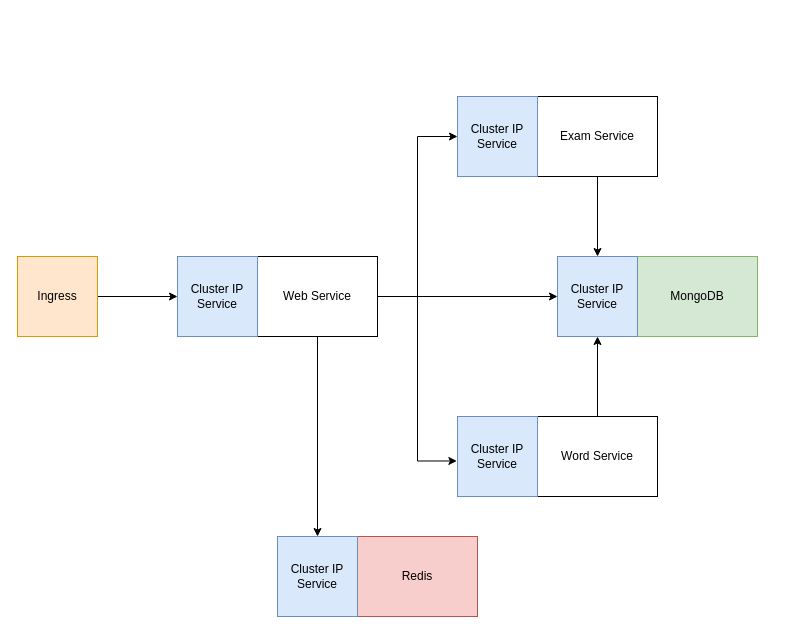
This is image/網站服務架構_FLY.drawio from kakurineuin/learn-english-microservices, a draw.io file, before an edit. Source tidied: cells renumbered, new cells numbered last; positions are measured from the earlier drawing's top-left corner, leaving out a move shared by most shapes. Both pictures are drawn from the tidied source at 100%, with x=0, y=0 at pixel (17, 96).
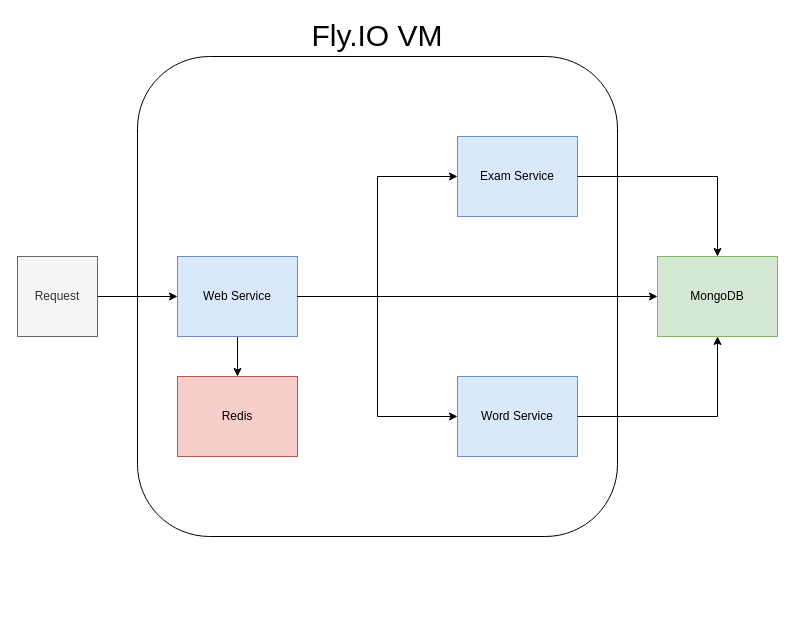
The same diagram, later.

Commit message:
更新網站服務架構_FLY.drawio

Change to the diagram source:
```diff
@@
-    <mxCell id="2" style="edgeStyle=orthogonalEdgeStyle;rounded=0;jettySize=auto;html=1;exitX=1;exitY=0.5;exitDx=0;exitDy=0;entryX=0;entryY=0.5;entryDx=0;entryDy=0;" parent="1" edge="1" source="22" target="14">
-      <mxGeometry relative="1" as="geometry" />
-    </mxCell>
-    <mxCell id="3" style="edgeStyle=orthogonalEdgeStyle;rounded=0;jettySize=auto;html=1;exitX=1;exitY=0.5;exitDx=0;exitDy=0;entryX=-0.008;entryY=0.556;entryDx=0;entryDy=0;entryPerimeter=0;" parent="1" edge="1" source="22" target="20">
-      <mxGeometry relative="1" as="geometry" />
-    </mxCell>
-    <mxCell id="4" style="group;fillColor=#dae8fc;strokeColor=#6c8ebf;" parent="1" vertex="1">
-      <mxGeometry x="440" width="200" height="80" as="geometry" />
-    </mxCell>
-    <mxCell id="5" style="edgeStyle=orthogonalEdgeStyle;rounded=0;jettySize=auto;html=1;exitX=1;exitY=0.5;exitDx=0;exitDy=0;entryX=0;entryY=0.5;entryDx=0;entryDy=0;" parent="1" edge="1" source="22" target="17">
-      <mxGeometry relative="1" as="geometry" />
-    </mxCell>
-    <mxCell id="6" style="edgeStyle=orthogonalEdgeStyle;rounded=0;jettySize=auto;html=1;exitX=0.5;exitY=1;exitDx=0;exitDy=0;" parent="1" edge="1" source="13" target="17">
-      <mxGeometry relative="1" as="geometry" />
-    </mxCell>
-    <mxCell id="7" style="edgeStyle=orthogonalEdgeStyle;rounded=0;jettySize=auto;html=1;exitX=0.5;exitY=0;exitDx=0;exitDy=0;entryX=0.5;entryY=1;entryDx=0;entryDy=0;" parent="1" edge="1" source="19" target="17">
-      <mxGeometry relative="1" as="geometry" />
-    </mxCell>
-    <mxCell id="8" style="edgeStyle=orthogonalEdgeStyle;rounded=0;jettySize=auto;html=1;exitX=0.5;exitY=1;exitDx=0;exitDy=0;entryX=0.5;entryY=0;entryDx=0;entryDy=0;" parent="1" edge="1" source="22" target="26">
-      <mxGeometry relative="1" as="geometry" />
-    </mxCell>
-    <mxCell id="9" style="group;fillColor=#dae8fc;strokeColor=#6c8ebf;" parent="1" vertex="1">
-      <mxGeometry x="540" y="160" width="200" height="80" as="geometry" />
-    </mxCell>
-    <mxCell id="10" style="edgeStyle=orthogonalEdgeStyle;rounded=0;jettySize=auto;html=1;exitX=1;exitY=0.5;exitDx=0;exitDy=0;entryX=0;entryY=0.5;entryDx=0;entryDy=0;" parent="1" edge="1" source="11" target="23">
-      <mxGeometry relative="1" as="geometry" />
-    </mxCell>
-    <mxCell id="11" value="Ingress" style="rounded=0;whiteSpace=wrap;html=1;fillColor=#ffe6cc;strokeColor=#d79b00;" parent="1" vertex="1">
-      <mxGeometry y="160" width="80" height="80" as="geometry" />
-    </mxCell>
-    <mxCell id="12" style="group;" parent="1" vertex="1">
-      <mxGeometry x="440" width="200" height="80" as="geometry" />
-    </mxCell>
+    <mxCell id="16" value="MongoDB" style="rounded=0;whiteSpace=wrap;html=1;fillColor=#d5e8d4;strokeColor=#82b366;" parent="1" vertex="1">
+      <mxGeometry x="640" y="160" width="120" height="80" as="geometry" />
+    </mxCell>
+    <mxCell id="27" style="group;" parent="1" vertex="1">
+      <mxGeometry x="120" y="-40" width="480" height="480" as="geometry" />
+    </mxCell>
+    <mxCell id="28" value="Fly.IO VM" style="rounded=1;whiteSpace=wrap;html=1;labelPosition=center;verticalLabelPosition=top;align=center;verticalAlign=bottom;fontSize=30;" parent="27" vertex="1">
+      <mxGeometry width="480" height="480" as="geometry" />
+    </mxCell>
+    <mxCell id="29" style="edgeStyle=orthogonalEdgeStyle;rounded=0;jettySize=auto;html=1;exitX=0.5;exitY=1;exitDx=0;exitDy=0;entryX=0.5;entryY=0;entryDx=0;entryDy=0;" parent="27" edge="1" source="22" target="25">
+      <mxGeometry relative="1" as="geometry" />
+    </mxCell>
+    <mxCell id="22" value="Web Service" style="rounded=0;whiteSpace=wrap;html=1;fillColor=#dae8fc;strokeColor=#6c8ebf;" parent="27" vertex="1">
+      <mxGeometry x="40" y="200" width="120" height="80" as="geometry" />
+    </mxCell>
-    <mxCell id="13" value="Exam Service" style="rounded=0;whiteSpace=wrap;html=1;" parent="12" vertex="1">
-      <mxGeometry x="80" width="120" height="80" as="geometry" />
+    <mxCell id="13" value="Exam Service" style="rounded=0;whiteSpace=wrap;html=1;fillColor=#dae8fc;strokeColor=#6c8ebf;" parent="27" vertex="1">
+      <mxGeometry x="320" y="80" width="120" height="80" as="geometry" />
     </mxCell>
-    <mxCell id="14" value="Cluster IP Service" style="rounded=0;whiteSpace=wrap;html=1;fillColor=#dae8fc;strokeColor=#6c8ebf;" parent="12" vertex="1">
-      <mxGeometry width="80" height="80" as="geometry" />
-    </mxCell>
-    <mxCell id="15" style="group;" parent="1" vertex="1">
-      <mxGeometry x="540" y="160" width="200" height="80" as="geometry" />
-    </mxCell>
-    <mxCell id="16" value="MongoDB" style="rounded=0;whiteSpace=wrap;html=1;fillColor=#d5e8d4;strokeColor=#82b366;" parent="15" vertex="1">
-      <mxGeometry x="80" width="120" height="80" as="geometry" />
-    </mxCell>
-    <mxCell id="17" value="Cluster IP Service" style="rounded=0;whiteSpace=wrap;html=1;fillColor=#dae8fc;strokeColor=#6c8ebf;" parent="15" vertex="1">
-      <mxGeometry width="80" height="80" as="geometry" />
-    </mxCell>
-    <mxCell id="18" style="group;" parent="1" vertex="1">
-      <mxGeometry x="440" y="320" width="200" height="80" as="geometry" />
-    </mxCell>
+    <mxCell id="30" style="edgeStyle=orthogonalEdgeStyle;rounded=0;jettySize=auto;html=1;exitX=1;exitY=0.5;exitDx=0;exitDy=0;entryX=0;entryY=0.5;entryDx=0;entryDy=0;" parent="27" edge="1" source="22" target="13">
+      <mxGeometry relative="1" as="geometry" />
+    </mxCell>
-    <mxCell id="19" value="Word Service" style="rounded=0;whiteSpace=wrap;html=1;" parent="18" vertex="1">
-      <mxGeometry x="80" width="120" height="80" as="geometry" />
+    <mxCell id="19" value="Word Service" style="rounded=0;whiteSpace=wrap;html=1;fillColor=#dae8fc;strokeColor=#6c8ebf;" parent="27" vertex="1">
+      <mxGeometry x="320" y="320" width="120" height="80" as="geometry" />
     </mxCell>
-    <mxCell id="20" value="Cluster IP Service" style="rounded=0;whiteSpace=wrap;html=1;fillColor=#dae8fc;strokeColor=#6c8ebf;" parent="18" vertex="1">
-      <mxGeometry width="80" height="80" as="geometry" />
-    </mxCell>
-    <mxCell id="21" style="group;" parent="1" vertex="1">
-      <mxGeometry x="160" y="160" width="200" height="80" as="geometry" />
-    </mxCell>
-    <mxCell id="22" value="Web Service" style="rounded=0;whiteSpace=wrap;html=1;" parent="21" vertex="1">
-      <mxGeometry x="80" width="120" height="80" as="geometry" />
-    </mxCell>
-    <mxCell id="23" value="Cluster IP Service" style="rounded=0;whiteSpace=wrap;html=1;fillColor=#dae8fc;strokeColor=#6c8ebf;" parent="21" vertex="1">
-      <mxGeometry width="80" height="80" as="geometry" />
-    </mxCell>
-    <mxCell id="24" style="group;" parent="1" vertex="1">
-      <mxGeometry x="260" y="440" width="200" height="80" as="geometry" />
-    </mxCell>
+    <mxCell id="31" style="edgeStyle=orthogonalEdgeStyle;rounded=0;jettySize=auto;html=1;exitX=1;exitY=0.5;exitDx=0;exitDy=0;entryX=0;entryY=0.5;entryDx=0;entryDy=0;" parent="27" edge="1" source="22" target="19">
+      <mxGeometry relative="1" as="geometry" />
+    </mxCell>
-    <mxCell id="25" value="Redis" style="rounded=0;whiteSpace=wrap;html=1;fillColor=#f8cecc;strokeColor=#b85450;" parent="24" vertex="1">
-      <mxGeometry x="80" width="120" height="80" as="geometry" />
+    <mxCell id="25" value="Redis" style="rounded=0;whiteSpace=wrap;html=1;fillColor=#f8cecc;strokeColor=#b85450;" parent="27" vertex="1">
+      <mxGeometry x="40" y="320" width="120" height="80" as="geometry" />
     </mxCell>
-    <mxCell id="26" value="Cluster IP Service" style="rounded=0;whiteSpace=wrap;html=1;fillColor=#dae8fc;strokeColor=#6c8ebf;" parent="24" vertex="1">
-      <mxGeometry width="80" height="80" as="geometry" />
-    </mxCell>
+    <mxCell id="32" style="edgeStyle=orthogonalEdgeStyle;rounded=0;jettySize=auto;html=1;exitX=1;exitY=0.5;exitDx=0;exitDy=0;entryX=0;entryY=0.5;entryDx=0;entryDy=0;" parent="1" edge="1" source="22" target="16">
+      <mxGeometry relative="1" as="geometry" />
+    </mxCell>
+    <mxCell id="33" style="edgeStyle=orthogonalEdgeStyle;rounded=0;jettySize=auto;html=1;exitX=1;exitY=0.5;exitDx=0;exitDy=0;entryX=0.5;entryY=0;entryDx=0;entryDy=0;" parent="1" edge="1" source="13" target="16">
+      <mxGeometry relative="1" as="geometry" />
+    </mxCell>
+    <mxCell id="34" style="edgeStyle=orthogonalEdgeStyle;rounded=0;jettySize=auto;html=1;exitX=1;exitY=0.5;exitDx=0;exitDy=0;entryX=0.5;entryY=1;entryDx=0;entryDy=0;" parent="1" edge="1" source="19" target="16">
+      <mxGeometry relative="1" as="geometry" />
+    </mxCell>
+    <mxCell id="35" style="edgeStyle=orthogonalEdgeStyle;rounded=0;jettySize=auto;html=1;exitX=1;exitY=0.5;exitDx=0;exitDy=0;entryX=0;entryY=0.5;entryDx=0;entryDy=0;" parent="1" edge="1" source="36" target="22">
+      <mxGeometry relative="1" as="geometry" />
+    </mxCell>
+    <mxCell id="36" value="Request" style="rounded=0;whiteSpace=wrap;html=1;fillColor=#f5f5f5;strokeColor=#666666;fontColor=#333333;" parent="1" vertex="1">
+      <mxGeometry y="160" width="80" height="80" as="geometry" />
+    </mxCell>
```
